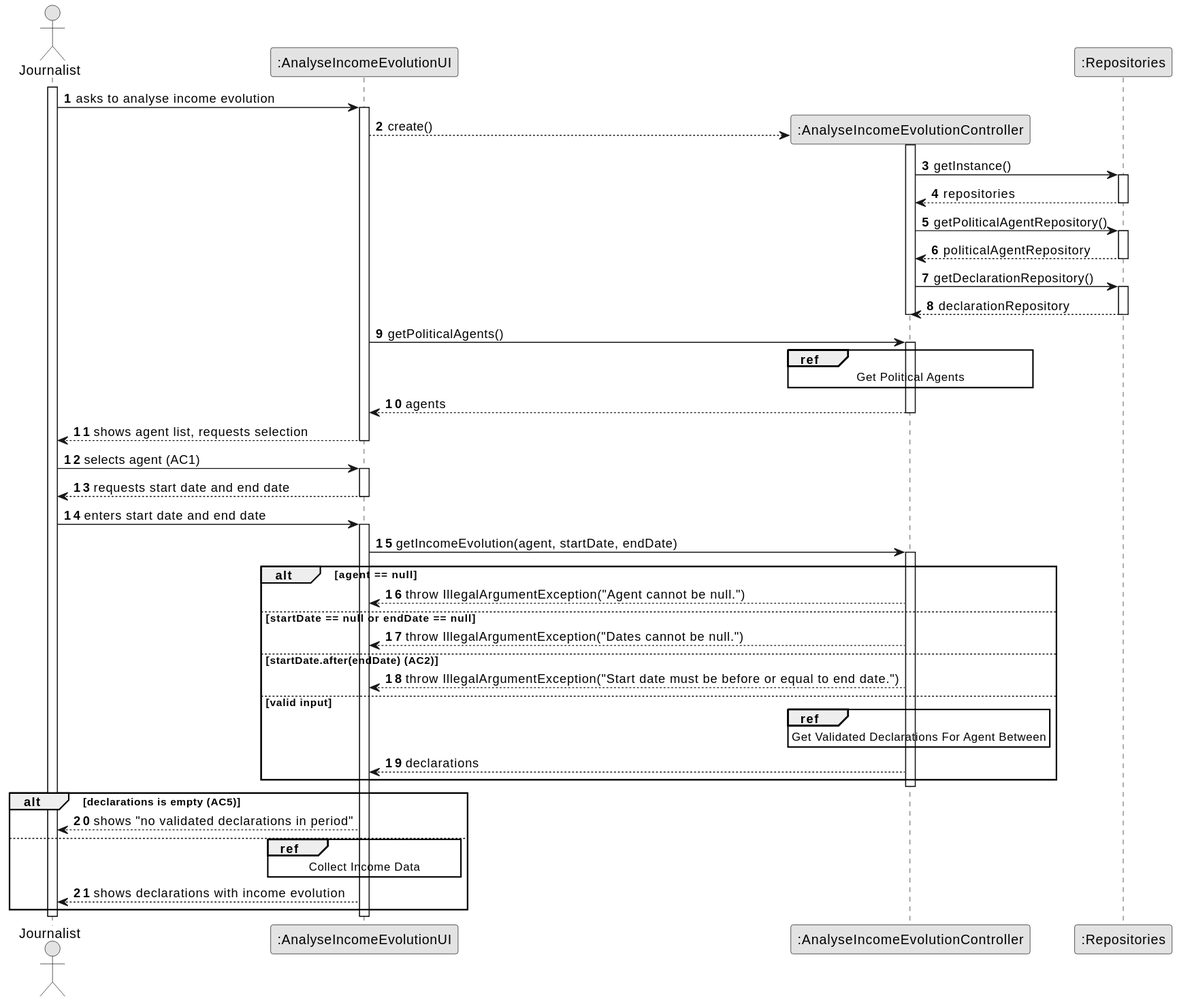
The PlantUML diagram docs/system-documentation/US10/03.design/svg/US10-SD-split.svg in brunodspinto/crystal-clear-platform, before a commit. Source of this version:
```plantuml
@startuml
skinparam monochrome true
skinparam packageStyle rectangle
skinparam shadowing false

autonumber

actor "Journalist" as Journalist
participant ":AnalyseIncomeEvolutionUI" as UI
participant ":AnalyseIncomeEvolutionController" as CTRL
participant ":Repositories" as REPOS

activate Journalist

    Journalist -> UI : asks to analyse income evolution
    activate UI

        UI --> CTRL** : create()
        activate CTRL
            CTRL -> REPOS : getInstance()
            activate REPOS
                REPOS --> CTRL : repositories
            deactivate REPOS

            CTRL -> REPOS : getPoliticalAgentRepository()
            activate REPOS
                REPOS --> CTRL : politicalAgentRepository
            deactivate REPOS

            CTRL -> REPOS : getDeclarationRepository()
            activate REPOS
                REPOS --> CTRL : declarationRepository
            deactivate REPOS
        deactivate CTRL

        UI -> CTRL : getPoliticalAgents()
        ref over CTRL
            Get Political Agents
        end ref

        activate CTRL
            CTRL --> UI : agents
        deactivate CTRL

        UI --> Journalist : shows agent list, requests selection
    deactivate UI

    Journalist -> UI : selects agent (AC1)
    activate UI
        UI --> Journalist : requests start date and end date
    deactivate UI

    Journalist -> UI : enters start date and end date
    activate UI

        UI -> CTRL : getIncomeEvolution(agent, startDate, endDate)
        activate CTRL

            alt agent == null
                CTRL --> UI : throw IllegalArgumentException("Agent cannot be null.")
            else startDate == null or endDate == null
                CTRL --> UI : throw IllegalArgumentException("Dates cannot be null.")
            else startDate.after(endDate) (AC2)
                CTRL --> UI : throw IllegalArgumentException("Start date must be before or equal to end date.")
            else valid input
                ref over CTRL
                    Get Validated Declarations For Agent Between
                end ref

                CTRL --> UI : declarations
            end
        deactivate CTRL

        alt declarations is empty (AC5)
            UI --> Journalist : shows "no validated declarations in period"
        else
            ref over UI
                Collect Income Data
            end ref
            UI --> Journalist : shows declarations with income evolution
        end

    deactivate UI

deactivate Journalist
@enduml
```
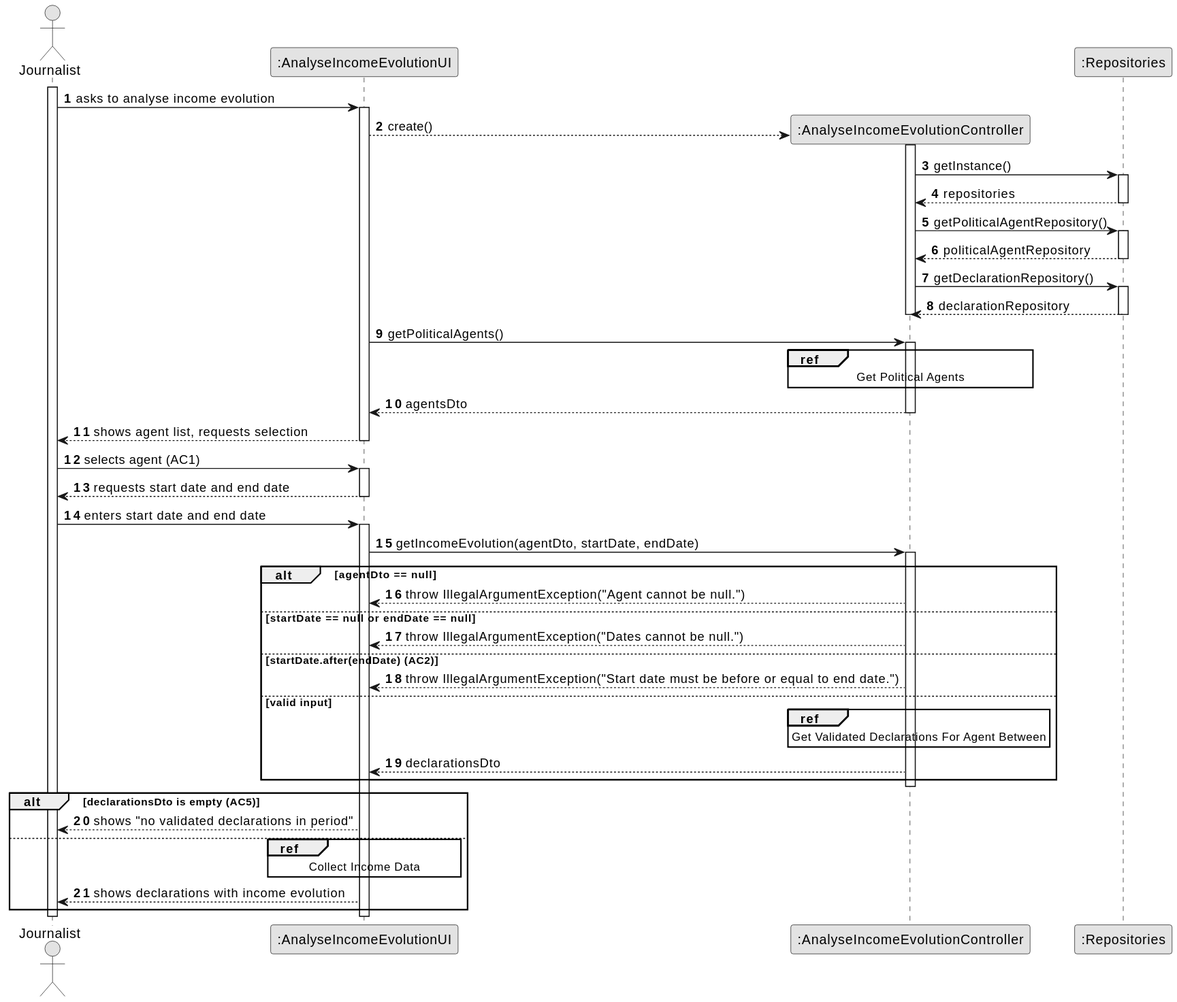
The same diagram one commit later.

Change to the diagram source:
```diff
@@ -39,7 +39,7 @@
         end ref
 
         activate CTRL
-            CTRL --> UI : agents
+            CTRL --> UI : agentsDto
         deactivate CTRL
 
         UI --> Journalist : shows agent list, requests selection
@@ -53,10 +53,10 @@
     Journalist -> UI : enters start date and end date
     activate UI
 
-        UI -> CTRL : getIncomeEvolution(agent, startDate, endDate)
+        UI -> CTRL : getIncomeEvolution(agentDto, startDate, endDate)
         activate CTRL
 
-            alt agent == null
+            alt agentDto == null
                 CTRL --> UI : throw IllegalArgumentException("Agent cannot be null.")
             else startDate == null or endDate == null
                 CTRL --> UI : throw IllegalArgumentException("Dates cannot be null.")
@@ -67,11 +67,11 @@
                     Get Validated Declarations For Agent Between
                 end ref
 
-                CTRL --> UI : declarations
+                CTRL --> UI : declarationsDto
             end
         deactivate CTRL
 
-        alt declarations is empty (AC5)
+        alt declarationsDto is empty (AC5)
             UI --> Journalist : shows "no validated declarations in period"
         else
             ref over UI
```
